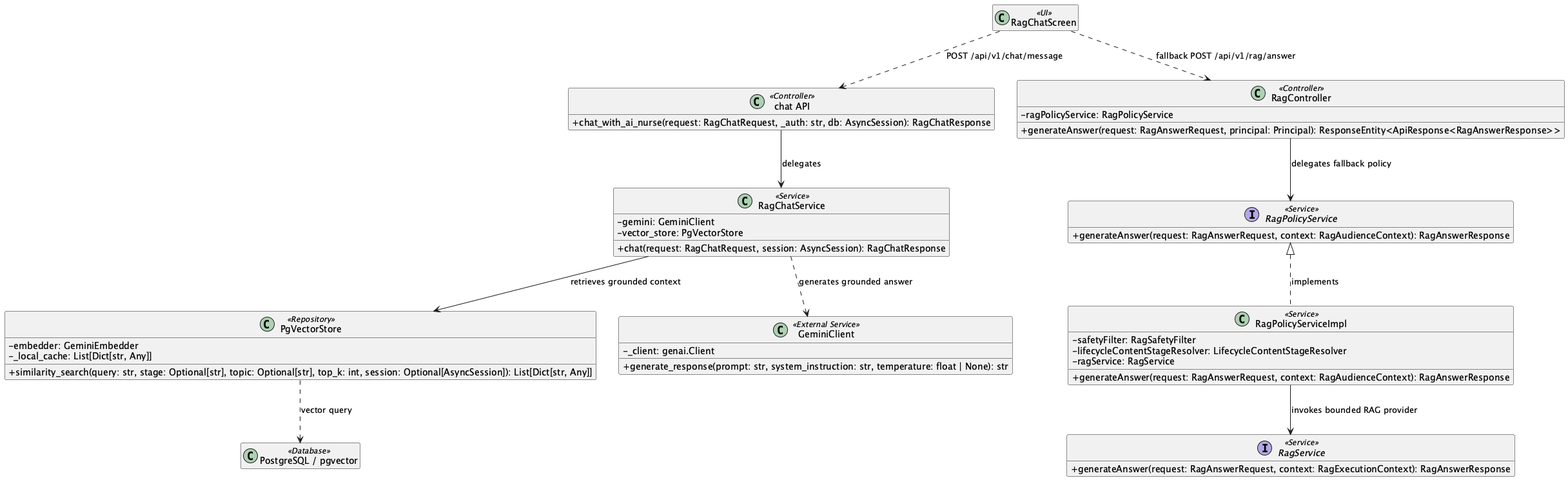
This is 03_Design/Detailed_Design/MF06_AI_Nurse_Assistant/images/01_AI_Nurse_RAG_Chat_and_Safety_Guardrails_ClassDiagram.png from ChuongBDHE172784/CareBridge_SEP490_G79, a PlantUML export, as it was before one commit.
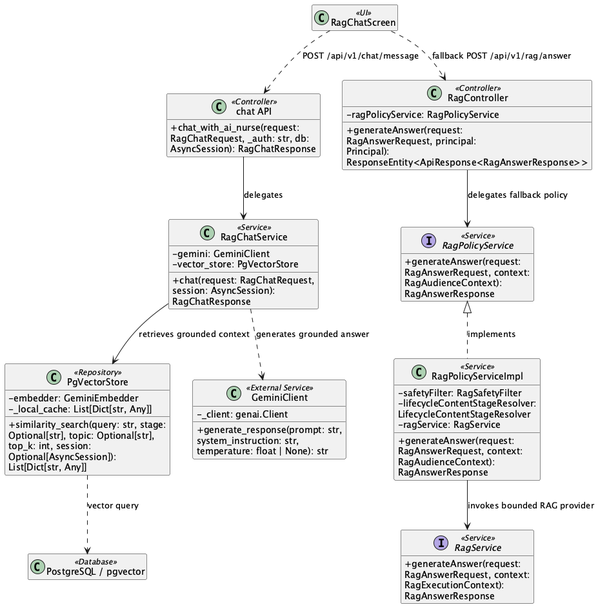
The same file after the commit.

What changed in the source:
```diff
@@ -1,5 +1,6 @@
-@startuml
+@startuml ClassDiagram_AINurseRAGChatandSafetyGuardrails
 skinparam classAttributeIconSize 0
+skinparam wrapWidth 250
 hide empty members
 
 class "RagChatScreen" as UI1 <<UI>>
```
